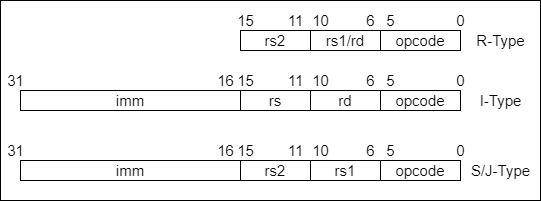
Earlier version of the draw.io export docs/instruction_formats.drawio.png (kkinos/ktc32). Source tidied: cells renumbered, new cells last; positions are measured from the earlier drawing's top-left corner, leaving out a move shared by most shapes.
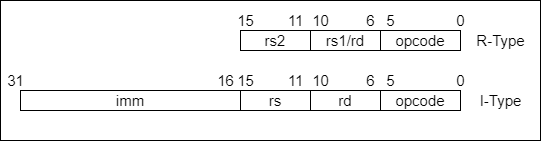
Later version of the same file.

What changed in the source:
```diff
@@ -3,7 +3,7 @@
     <mxCell id="0" />
     <mxCell id="1" parent="0" />
     <mxCell id="2" style="rounded=0;whiteSpace=wrap;html=1;" parent="1" vertex="1">
-      <mxGeometry width="540" height="200" as="geometry" />
+      <mxGeometry width="540" height="140" as="geometry" />
     </mxCell>
     <mxCell id="3" value="&lt;font style=&quot;font-size: 15px&quot;&gt;opcode&lt;/font&gt;" style="rounded=0;whiteSpace=wrap;html=1;" parent="1" vertex="1">
       <mxGeometry x="380" y="30" width="80" height="20" as="geometry" />
@@ -74,44 +74,5 @@
     <mxCell id="25" value="16" style="text;html=1;align=center;verticalAlign=middle;strokeColor=none;fillColor=none;fontSize=15;" parent="1" vertex="1">
       <mxGeometry x="210" y="70" width="30" height="20" as="geometry" />
     </mxCell>
-    <mxCell id="26" value="&lt;font style=&quot;font-size: 15px&quot;&gt;opcode&lt;/font&gt;" style="rounded=0;whiteSpace=wrap;html=1;" parent="1" vertex="1">
-      <mxGeometry x="380" y="160" width="80" height="20" as="geometry" />
-    </mxCell>
-    <mxCell id="27" value="0" style="text;html=1;align=center;verticalAlign=middle;strokeColor=none;fillColor=none;fontSize=15;" parent="1" vertex="1">
-      <mxGeometry x="450" y="140" width="20" height="20" as="geometry" />
-    </mxCell>
-    <mxCell id="28" value="5" style="text;html=1;align=center;verticalAlign=middle;strokeColor=none;fillColor=none;fontSize=15;" parent="1" vertex="1">
-      <mxGeometry x="380" y="140" width="20" height="20" as="geometry" />
-    </mxCell>
-    <mxCell id="29" value="S/J-Type" style="text;html=1;align=center;verticalAlign=middle;strokeColor=none;fillColor=none;fontSize=15;" parent="1" vertex="1">
-      <mxGeometry x="465" y="160" width="70" height="20" as="geometry" />
-    </mxCell>
-    <mxCell id="30" value="&lt;font style=&quot;font-size: 15px&quot;&gt;rs1&lt;/font&gt;" style="rounded=0;whiteSpace=wrap;html=1;" parent="1" vertex="1">
-      <mxGeometry x="310" y="160" width="70" height="20" as="geometry" />
-    </mxCell>
-    <mxCell id="31" value="&lt;font style=&quot;font-size: 15px&quot;&gt;rs2&lt;/font&gt;" style="rounded=0;whiteSpace=wrap;html=1;" parent="1" vertex="1">
-      <mxGeometry x="240" y="160" width="70" height="20" as="geometry" />
-    </mxCell>
-    <mxCell id="32" value="6" style="text;html=1;align=center;verticalAlign=middle;strokeColor=none;fillColor=none;fontSize=15;" parent="1" vertex="1">
-      <mxGeometry x="360" y="140" width="20" height="20" as="geometry" />
-    </mxCell>
-    <mxCell id="33" value="10" style="text;html=1;align=center;verticalAlign=middle;strokeColor=none;fillColor=none;fontSize=15;" parent="1" vertex="1">
-      <mxGeometry x="305" y="140" width="30" height="20" as="geometry" />
-    </mxCell>
-    <mxCell id="34" value="11" style="text;html=1;align=center;verticalAlign=middle;strokeColor=none;fillColor=none;fontSize=15;" parent="1" vertex="1">
-      <mxGeometry x="280" y="140" width="30" height="20" as="geometry" />
-    </mxCell>
-    <mxCell id="35" value="15" style="text;html=1;align=center;verticalAlign=middle;strokeColor=none;fillColor=none;fontSize=15;" parent="1" vertex="1">
-      <mxGeometry x="230" y="140" width="30" height="20" as="geometry" />
-    </mxCell>
-    <mxCell id="36" value="imm" style="rounded=0;whiteSpace=wrap;html=1;fontSize=15;" parent="1" vertex="1">
-      <mxGeometry x="20" y="160" width="220" height="20" as="geometry" />
-    </mxCell>
-    <mxCell id="37" value="31" style="text;html=1;align=center;verticalAlign=middle;strokeColor=none;fillColor=none;fontSize=15;" parent="1" vertex="1">
-      <mxGeometry y="140" width="30" height="20" as="geometry" />
-    </mxCell>
-    <mxCell id="38" value="16" style="text;html=1;align=center;verticalAlign=middle;strokeColor=none;fillColor=none;fontSize=15;" parent="1" vertex="1">
-      <mxGeometry x="210" y="140" width="30" height="20" as="geometry" />
-    </mxCell>
   </root>
 </mxGraphModel>
```
